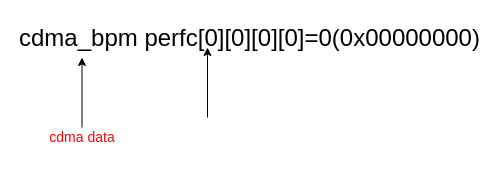
This is tmp/Untitled Diagram.drawio from dracohan/ebook, a draw.io file, before an edit. Source tidied: cells renumbered, new cells numbered last; positions are measured from the earlier drawing's top-left corner, leaving out a move shared by most shapes. Both pictures are drawn from the tidied source at 100%, with x=0, y=0 at pixel (17, 17).
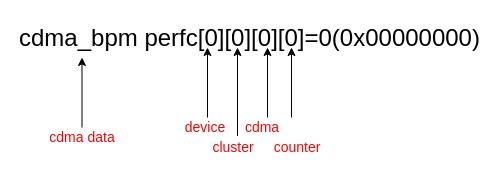
The same diagram, later.

What changed in the source:
```diff
@@
 <mxGraphModel>
   <root>
     <mxCell id="0" />
     <mxCell id="1" parent="0" />
     <mxCell id="2" value="&lt;font style=&quot;font-size: 24px&quot;&gt;cdma_bpm perfc[0][0][0][0]=0(0x00000000)&lt;/font&gt;" style="text;html=1;" parent="1" vertex="1">
       <mxGeometry width="260" height="30" as="geometry" />
     </mxCell>
     <mxCell id="3" style="endArrow=classic;html=1;" parent="1" edge="1">
       <mxGeometry relative="1" as="geometry">
         <mxPoint x="64.5" y="110" as="sourcePoint" />
         <mxPoint x="64.5" y="40" as="targetPoint" />
       </mxGeometry>
     </mxCell>
     <mxCell id="4" value="&lt;font style=&quot;font-size: 14px&quot; color=&quot;#ff0000&quot;&gt;cdma data&lt;/font&gt;" style="text;html=1;strokeColor=none;fillColor=none;align=center;verticalAlign=middle;whiteSpace=wrap;rounded=0;" parent="1" vertex="1">
       <mxGeometry x="30" y="110" width="70" height="20" as="geometry" />
     </mxCell>
     <mxCell id="5" style="endArrow=classic;html=1;" parent="1" edge="1">
       <mxGeometry relative="1" as="geometry">
         <mxPoint x="190" y="100" as="sourcePoint" />
         <mxPoint x="190" y="30" as="targetPoint" />
       </mxGeometry>
     </mxCell>
+    <mxCell id="6" value="&lt;font style=&quot;font-size: 14px&quot; color=&quot;#ff0000&quot;&gt;device&lt;/font&gt;" style="text;html=1;strokeColor=none;fillColor=none;align=center;verticalAlign=middle;whiteSpace=wrap;rounded=0;" parent="1" vertex="1">
+      <mxGeometry x="153" y="100" width="70" height="20" as="geometry" />
+    </mxCell>
+    <mxCell id="7" style="endArrow=classic;html=1;exitX=0.557;exitY=-0.08;exitDx=0;exitDy=0;exitPerimeter=0;" parent="1" edge="1" source="10">
+      <mxGeometry relative="1" as="geometry">
+        <mxPoint x="220" y="30" as="targetPoint" />
+      </mxGeometry>
+    </mxCell>
+    <mxCell id="8" style="endArrow=classic;html=1;" parent="1" edge="1">
+      <mxGeometry relative="1" as="geometry">
+        <mxPoint x="250" y="100" as="sourcePoint" />
+        <mxPoint x="250" y="30" as="targetPoint" />
+      </mxGeometry>
+    </mxCell>
+    <mxCell id="9" style="endArrow=classic;html=1;" parent="1" edge="1">
+      <mxGeometry relative="1" as="geometry">
+        <mxPoint x="274" y="100" as="sourcePoint" />
+        <mxPoint x="274" y="30" as="targetPoint" />
+      </mxGeometry>
+    </mxCell>
+    <mxCell id="10" value="&lt;font style=&quot;font-size: 14px&quot; color=&quot;#ff0000&quot;&gt;cluster&lt;/font&gt;" style="text;html=1;strokeColor=none;fillColor=none;align=center;verticalAlign=middle;whiteSpace=wrap;rounded=0;" parent="1" vertex="1">
+      <mxGeometry x="181" y="120" width="70" height="20" as="geometry" />
+    </mxCell>
+    <mxCell id="11" value="&lt;font style=&quot;font-size: 14px&quot; color=&quot;#ff0000&quot;&gt;cdma&lt;/font&gt;" style="text;html=1;strokeColor=none;fillColor=none;align=center;verticalAlign=middle;whiteSpace=wrap;rounded=0;" parent="1" vertex="1">
+      <mxGeometry x="210" y="100" width="70" height="20" as="geometry" />
+    </mxCell>
+    <mxCell id="12" value="&lt;font style=&quot;font-size: 14px&quot; color=&quot;#ff0000&quot;&gt;counter&lt;/font&gt;" style="text;html=1;strokeColor=none;fillColor=none;align=center;verticalAlign=middle;whiteSpace=wrap;rounded=0;" parent="1" vertex="1">
+      <mxGeometry x="245" y="120" width="70" height="20" as="geometry" />
+    </mxCell>
   </root>
 </mxGraphModel>
```
